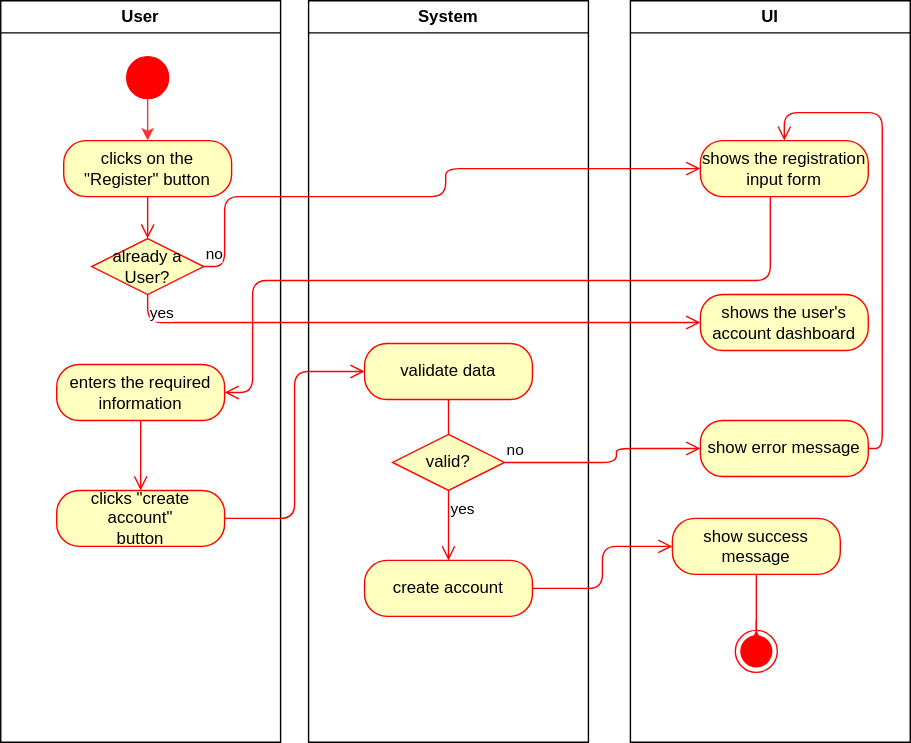
Above: docs/ADCA.drawio.svg in millisom/GluGuide (draw.io), before the change. Source tidied: cells renumbered, new cells last; positions are measured from the earlier drawing's top-left corner, leaving out a move shared by most shapes.
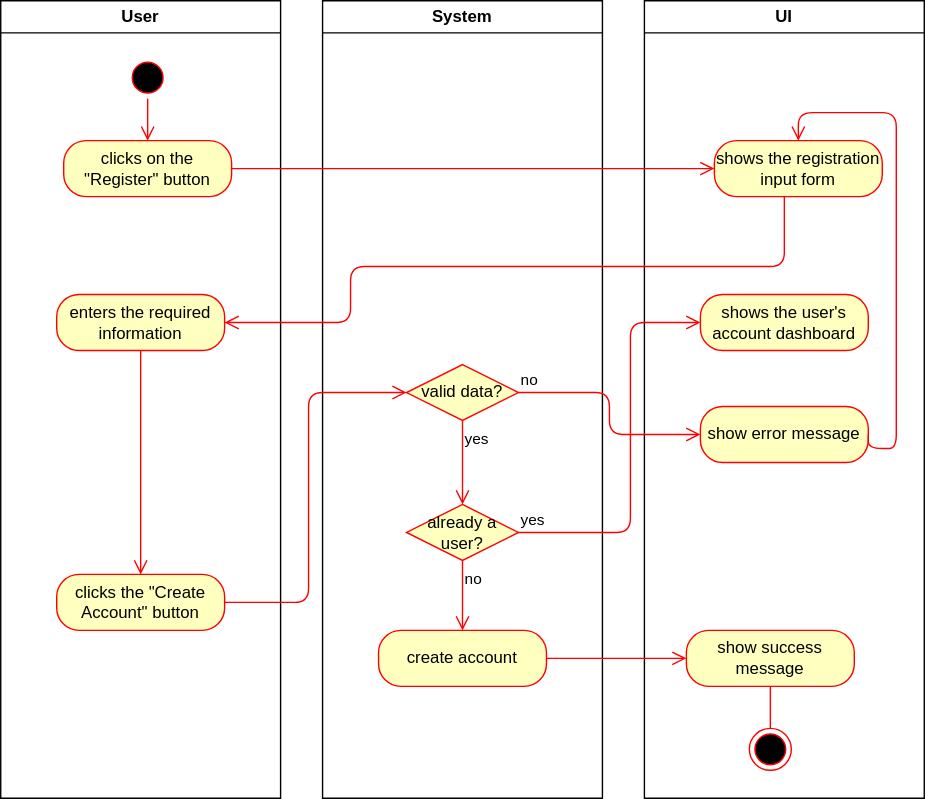
The same diagram one commit later.

Commit message:
activity diagram fixed (already a user condition)

Diff of the diagram source:
```diff
@@ -3,61 +3,52 @@
     <mxCell id="0" />
     <mxCell id="1" parent="0" />
     <mxCell id="2" value="User" style="swimlane;whiteSpace=wrap;html=1;" parent="1" vertex="1">
-      <mxGeometry width="200" height="530" as="geometry" />
+      <mxGeometry x="-10" width="200" height="570" as="geometry" />
     </mxCell>
-    <mxCell id="3" style="edgeStyle=none;html=1;strokeColor=#FF3333;startArrow=none;" parent="2" edge="1">
-      <mxGeometry relative="1" as="geometry">
-        <mxPoint x="105" y="70" as="sourcePoint" />
-        <mxPoint x="105" y="100" as="targetPoint" />
-      </mxGeometry>
-    </mxCell>
     <mxCell id="4" value="clicks on the &quot;Register&quot; button" style="rounded=1;whiteSpace=wrap;html=1;arcSize=40;fontColor=#000000;fillColor=#ffffc0;strokeColor=#ff0000;" parent="2" vertex="1">
       <mxGeometry x="45" y="100" width="120" height="40" as="geometry" />
     </mxCell>
-    <mxCell id="5" value="&lt;span style=&quot;&quot;&gt;clicks &quot;create account&quot;&lt;/span&gt;&lt;br style=&quot;border-color: var(--border-color);&quot;&gt;&lt;span style=&quot;&quot;&gt;button&lt;/span&gt;" style="rounded=1;whiteSpace=wrap;html=1;arcSize=40;fontColor=#000000;fillColor=#ffffc0;strokeColor=#ff0000;" parent="2" vertex="1">
-      <mxGeometry x="40" y="350" width="120" height="40" as="geometry" />
-    </mxCell>
+    <mxCell id="32" style="ellipse;html=1;shape=startState;fillColor=#000000;strokeColor=#ff0000;" parent="2" vertex="1">
+      <mxGeometry x="90" y="40" width="30" height="30" as="geometry" />
+    </mxCell>
+    <mxCell id="33" style="edgeStyle=orthogonalEdgeStyle;html=1;verticalAlign=bottom;endArrow=open;endSize=8;strokeColor=#ff0000;entryX=0.5;entryY=0;entryDx=0;entryDy=0;" parent="2" edge="1" source="32" target="4">
+      <mxGeometry relative="1" as="geometry" />
+    </mxCell>
+    <mxCell id="34" value="clicks the &quot;Create Account&quot; button" style="rounded=1;whiteSpace=wrap;html=1;arcSize=40;fontColor=#000000;fillColor=#ffffc0;strokeColor=#ff0000;" parent="2" vertex="1">
+      <mxGeometry x="40" y="410" width="120" height="40" as="geometry" />
+    </mxCell>
     <mxCell id="6" value="enters the required information" style="rounded=1;whiteSpace=wrap;html=1;arcSize=40;fontColor=#000000;fillColor=#ffffc0;strokeColor=#ff0000;" parent="2" vertex="1">
-      <mxGeometry x="40" y="260" width="120" height="40" as="geometry" />
+      <mxGeometry x="40" y="210" width="120" height="40" as="geometry" />
     </mxCell>
-    <mxCell id="7" style="edgeStyle=orthogonalEdgeStyle;html=1;verticalAlign=bottom;endArrow=open;endSize=8;strokeColor=#ff0000;entryX=0.5;entryY=0;entryDx=0;entryDy=0;" parent="2" edge="1" source="6" target="5">
-      <mxGeometry relative="1" as="geometry" />
-    </mxCell>
-    <mxCell id="8" style="ellipse;fillColor=strokeColor;strokeColor=#FF0000;" parent="2" vertex="1">
-      <mxGeometry x="90" y="40" width="30" height="30" as="geometry" />
-    </mxCell>
-    <mxCell id="9" value="already a User?" style="rhombus;whiteSpace=wrap;html=1;fillColor=#ffffc0;strokeColor=#ff0000;" parent="2" vertex="1">
-      <mxGeometry x="65" y="170" width="80" height="40" as="geometry" />
-    </mxCell>
-    <mxCell id="10" style="edgeStyle=orthogonalEdgeStyle;html=1;verticalAlign=bottom;endArrow=open;endSize=8;strokeColor=#ff0000;entryX=0.5;entryY=0;entryDx=0;entryDy=0;" parent="2" edge="1" source="4" target="9">
-      <mxGeometry relative="1" as="geometry" />
-    </mxCell>
+    <mxCell id="35" style="edgeStyle=orthogonalEdgeStyle;html=1;verticalAlign=bottom;endArrow=open;endSize=8;strokeColor=#ff0000;entryX=0.5;entryY=0;entryDx=0;entryDy=0;" parent="2" edge="1" source="6" target="34">
+      <mxGeometry relative="1" as="geometry" />
+    </mxCell>
     <mxCell id="11" value="System" style="swimlane;whiteSpace=wrap;html=1;" parent="1" vertex="1">
-      <mxGeometry x="220" width="200" height="530" as="geometry" />
+      <mxGeometry x="220" width="200" height="570" as="geometry" />
     </mxCell>
-    <mxCell id="12" value="validate data" style="rounded=1;whiteSpace=wrap;html=1;arcSize=40;fontColor=#000000;fillColor=#ffffc0;strokeColor=#ff0000;" parent="11" vertex="1">
-      <mxGeometry x="40" y="245" width="120" height="40" as="geometry" />
-    </mxCell>
-    <mxCell id="13" value="valid?" style="rhombus;whiteSpace=wrap;html=1;fillColor=#ffffc0;strokeColor=#ff0000;" parent="11" vertex="1">
-      <mxGeometry x="60" y="310" width="80" height="40" as="geometry" />
-    </mxCell>
-    <mxCell id="14" style="edgeStyle=orthogonalEdgeStyle;html=1;verticalAlign=bottom;endArrow=none;endSize=8;strokeColor=#ff0000;" parent="11" edge="1" source="12" target="13">
-      <mxGeometry relative="1" as="geometry" />
-    </mxCell>
+    <mxCell id="36" value="valid data?" style="rhombus;whiteSpace=wrap;html=1;fillColor=#ffffc0;strokeColor=#ff0000;" parent="11" vertex="1">
+      <mxGeometry x="60" y="260" width="80" height="40" as="geometry" />
+    </mxCell>
+    <mxCell id="16" value="yes" style="edgeStyle=orthogonalEdgeStyle;html=1;align=left;verticalAlign=top;endArrow=open;endSize=8;strokeColor=#ff0000;entryX=0.5;entryY=0;entryDx=0;entryDy=0;" parent="11" edge="1" source="36" target="37">
+      <mxGeometry x="-1" relative="1" as="geometry" />
+    </mxCell>
+    <mxCell id="37" value="already a user?" style="rhombus;whiteSpace=wrap;html=1;fillColor=#ffffc0;strokeColor=#ff0000;" parent="11" vertex="1">
+      <mxGeometry x="60" y="360" width="80" height="40" as="geometry" />
+    </mxCell>
+    <mxCell id="30" value="no" style="edgeStyle=orthogonalEdgeStyle;html=1;align=left;verticalAlign=top;endArrow=open;endSize=8;strokeColor=#ff0000;entryX=0.5;entryY=0;entryDx=0;entryDy=0;" parent="11" edge="1" source="37" target="15">
+      <mxGeometry x="-1" relative="1" as="geometry" />
+    </mxCell>
     <mxCell id="15" value="create account" style="rounded=1;whiteSpace=wrap;html=1;arcSize=40;fontColor=#000000;fillColor=#ffffc0;strokeColor=#ff0000;" parent="11" vertex="1">
-      <mxGeometry x="40" y="400" width="120" height="40" as="geometry" />
+      <mxGeometry x="40" y="450" width="120" height="40" as="geometry" />
     </mxCell>
-    <mxCell id="16" value="yes" style="edgeStyle=orthogonalEdgeStyle;html=1;align=left;verticalAlign=top;endArrow=open;endSize=8;strokeColor=#ff0000;entryX=0.5;entryY=0;entryDx=0;entryDy=0;" parent="11" edge="1" source="13" target="15">
-      <mxGeometry x="-1" relative="1" as="geometry" />
-    </mxCell>
     <mxCell id="17" value="UI" style="swimlane;whiteSpace=wrap;html=1;" parent="1" vertex="1">
-      <mxGeometry x="450" width="200" height="530" as="geometry" />
+      <mxGeometry x="450" width="200" height="570" as="geometry" />
     </mxCell>
     <mxCell id="18" value="&lt;span style=&quot;&quot;&gt;shows the registration&lt;/span&gt;&lt;br style=&quot;border-color: var(--border-color);&quot;&gt;&lt;span style=&quot;&quot;&gt;input form&lt;/span&gt;" style="rounded=1;whiteSpace=wrap;html=1;arcSize=40;fontColor=#000000;fillColor=#ffffc0;strokeColor=#ff0000;" parent="17" vertex="1">
       <mxGeometry x="50" y="100" width="120" height="40" as="geometry" />
     </mxCell>
     <mxCell id="19" value="show error message" style="rounded=1;whiteSpace=wrap;html=1;arcSize=40;fontColor=#000000;fillColor=#ffffc0;strokeColor=#ff0000;" parent="17" vertex="1">
-      <mxGeometry x="50" y="300" width="120" height="40" as="geometry" />
+      <mxGeometry x="40" y="290" width="120" height="40" as="geometry" />
     </mxCell>
     <mxCell id="20" style="edgeStyle=orthogonalEdgeStyle;html=1;verticalAlign=bottom;endArrow=open;endSize=8;strokeColor=#ff0000;entryX=0.5;entryY=0;entryDx=0;entryDy=0;exitX=1;exitY=0.5;exitDx=0;exitDy=0;" parent="17" edge="1" source="19" target="18">
       <mxGeometry relative="1" as="geometry">
@@ -69,61 +60,54 @@
       </mxGeometry>
     </mxCell>
     <mxCell id="21" value="show success message" style="rounded=1;whiteSpace=wrap;html=1;arcSize=40;fontColor=#000000;fillColor=#ffffc0;strokeColor=#ff0000;" parent="17" vertex="1">
-      <mxGeometry x="30" y="370" width="120" height="40" as="geometry" />
+      <mxGeometry x="30" y="450" width="120" height="40" as="geometry" />
     </mxCell>
-    <mxCell id="22" style="edgeStyle=orthogonalEdgeStyle;html=1;verticalAlign=bottom;endArrow=open;endSize=8;strokeColor=#ff0000;entryX=0.5;entryY=0;entryDx=0;entryDy=0;startArrow=none;" parent="17" edge="1" source="23">
+    <mxCell id="22" style="edgeStyle=orthogonalEdgeStyle;html=1;verticalAlign=bottom;endArrow=open;endSize=8;strokeColor=#ff0000;entryX=0.5;entryY=0;entryDx=0;entryDy=0;startArrow=none;" parent="17" edge="1">
       <mxGeometry relative="1" as="geometry">
+        <mxPoint x="90" y="450" as="sourcePoint" />
         <mxPoint x="90" y="450" as="targetPoint" />
       </mxGeometry>
     </mxCell>
-    <mxCell id="23" style="ellipse;html=1;shape=endState;fillColor=strokeColor;strokeColor=#FF0000;" parent="17" vertex="1">
-      <mxGeometry x="75" y="450" width="30" height="30" as="geometry" />
-    </mxCell>
-    <mxCell id="24" style="edgeStyle=orthogonalEdgeStyle;html=1;verticalAlign=bottom;endArrow=none;endSize=8;strokeColor=#ff0000;entryX=0.5;entryY=0;entryDx=0;entryDy=0;" parent="17" edge="1" source="21" target="23">
+    <mxCell id="24" style="edgeStyle=orthogonalEdgeStyle;html=1;verticalAlign=bottom;endArrow=none;endSize=8;strokeColor=#ff0000;entryX=0.5;entryY=0;entryDx=0;entryDy=0;" parent="17" edge="1" source="21" target="38">
       <mxGeometry relative="1" as="geometry" />
     </mxCell>
     <mxCell id="25" value="shows the user's account dashboard" style="rounded=1;whiteSpace=wrap;html=1;arcSize=40;fontColor=#000000;fillColor=#ffffc0;strokeColor=#ff0000;" parent="17" vertex="1">
-      <mxGeometry x="50" y="210" width="120" height="40" as="geometry" />
+      <mxGeometry x="40" y="210" width="120" height="40" as="geometry" />
     </mxCell>
+    <mxCell id="38" style="ellipse;html=1;shape=endState;fillColor=#000000;strokeColor=#ff0000;" parent="17" vertex="1">
+      <mxGeometry x="75" y="520" width="30" height="30" as="geometry" />
+    </mxCell>
     <mxCell id="26" style="edgeStyle=orthogonalEdgeStyle;html=1;verticalAlign=bottom;endArrow=open;endSize=8;strokeColor=#ff0000;entryX=1;entryY=0.5;entryDx=0;entryDy=0;" parent="1" edge="1" source="18" target="6">
       <mxGeometry relative="1" as="geometry">
         <Array as="points">
-          <mxPoint x="550" y="200" />
-          <mxPoint x="180" y="200" />
-          <mxPoint x="180" y="280" />
+          <mxPoint x="550" y="190" />
+          <mxPoint x="240" y="190" />
+          <mxPoint x="240" y="230" />
         </Array>
       </mxGeometry>
     </mxCell>
-    <mxCell id="27" style="edgeStyle=orthogonalEdgeStyle;html=1;verticalAlign=bottom;endArrow=open;endSize=8;strokeColor=#ff0000;entryX=0;entryY=0.5;entryDx=0;entryDy=0;" parent="1" edge="1" source="5" target="12">
-      <mxGeometry relative="1" as="geometry" />
+    <mxCell id="27" style="edgeStyle=orthogonalEdgeStyle;html=1;verticalAlign=bottom;endArrow=open;endSize=8;strokeColor=#ff0000;entryX=0;entryY=0.5;entryDx=0;entryDy=0;exitX=1;exitY=0.5;exitDx=0;exitDy=0;" parent="1" edge="1" source="34" target="36">
+      <mxGeometry relative="1" as="geometry">
+        <Array as="points">
+          <mxPoint x="210" y="430" />
+          <mxPoint x="210" y="280" />
+        </Array>
+      </mxGeometry>
     </mxCell>
+    <mxCell id="29" style="edgeStyle=orthogonalEdgeStyle;html=1;verticalAlign=bottom;endArrow=open;endSize=8;strokeColor=#ff0000;entryX=0;entryY=0.5;entryDx=0;entryDy=0;" parent="1" edge="1" source="15" target="21">
+      <mxGeometry relative="1" as="geometry" />
+    </mxCell>
+    <mxCell id="10" style="edgeStyle=orthogonalEdgeStyle;html=1;verticalAlign=bottom;endArrow=open;endSize=8;strokeColor=#ff0000;exitX=1;exitY=0.5;exitDx=0;exitDy=0;entryX=0;entryY=0.5;entryDx=0;entryDy=0;" parent="1" edge="1" source="4" target="18">
+      <mxGeometry relative="1" as="geometry" />
+    </mxCell>
-    <mxCell id="28" value="no" style="edgeStyle=orthogonalEdgeStyle;html=1;align=left;verticalAlign=bottom;endArrow=open;endSize=8;strokeColor=#ff0000;entryX=0;entryY=0.5;entryDx=0;entryDy=0;" parent="1" edge="1" target="19">
-      <mxGeometry x="-1" relative="1" as="geometry">
-        <mxPoint x="360" y="330" as="sourcePoint" />
-        <Array as="points">
-          <mxPoint x="440" y="330" />
-          <mxPoint x="440" y="320" />
-          <mxPoint x="490" y="320" />
-        </Array>
-      </mxGeometry>
+    <mxCell id="28" value="no" style="edgeStyle=orthogonalEdgeStyle;html=1;align=left;verticalAlign=bottom;endArrow=open;endSize=8;strokeColor=#ff0000;entryX=0;entryY=0.5;entryDx=0;entryDy=0;" parent="1" edge="1" source="36" target="19">
+      <mxGeometry x="-1" relative="1" as="geometry" />
     </mxCell>
-    <mxCell id="29" style="edgeStyle=orthogonalEdgeStyle;html=1;verticalAlign=bottom;endArrow=open;endSize=8;strokeColor=#ff0000;entryX=0;entryY=0.5;entryDx=0;entryDy=0;" parent="1" edge="1" source="15" target="21">
-      <mxGeometry relative="1" as="geometry" />
-    </mxCell>
-    <mxCell id="30" value="no" style="edgeStyle=orthogonalEdgeStyle;html=1;align=left;verticalAlign=bottom;endArrow=open;endSize=8;strokeColor=#ff0000;entryX=0;entryY=0.5;entryDx=0;entryDy=0;exitX=1;exitY=0.5;exitDx=0;exitDy=0;" parent="1" edge="1" source="9" target="18">
-      <mxGeometry x="-1" relative="1" as="geometry">
-        <Array as="points">
-          <mxPoint x="160" y="190" />
-          <mxPoint x="160" y="140" />
-          <mxPoint x="318" y="140" />
-          <mxPoint x="318" y="120" />
-        </Array>
-      </mxGeometry>
-    </mxCell>
-    <mxCell id="31" value="yes" style="edgeStyle=orthogonalEdgeStyle;html=1;align=left;verticalAlign=top;endArrow=open;endSize=8;strokeColor=#ff0000;exitX=0.5;exitY=1;exitDx=0;exitDy=0;entryX=0;entryY=0.5;entryDx=0;entryDy=0;" parent="1" edge="1" source="9" target="25">
+    <mxCell id="31" value="yes" style="edgeStyle=orthogonalEdgeStyle;html=1;align=left;verticalAlign=bottom;endArrow=open;endSize=8;strokeColor=#ff0000;entryX=0;entryY=0.5;entryDx=0;entryDy=0;" parent="1" edge="1" source="37" target="25">
       <mxGeometry x="-1" relative="1" as="geometry">
         <Array as="points">
-          <mxPoint x="105" y="230" />
+          <mxPoint x="440" y="380" />
+          <mxPoint x="440" y="230" />
         </Array>
       </mxGeometry>
     </mxCell>
```
